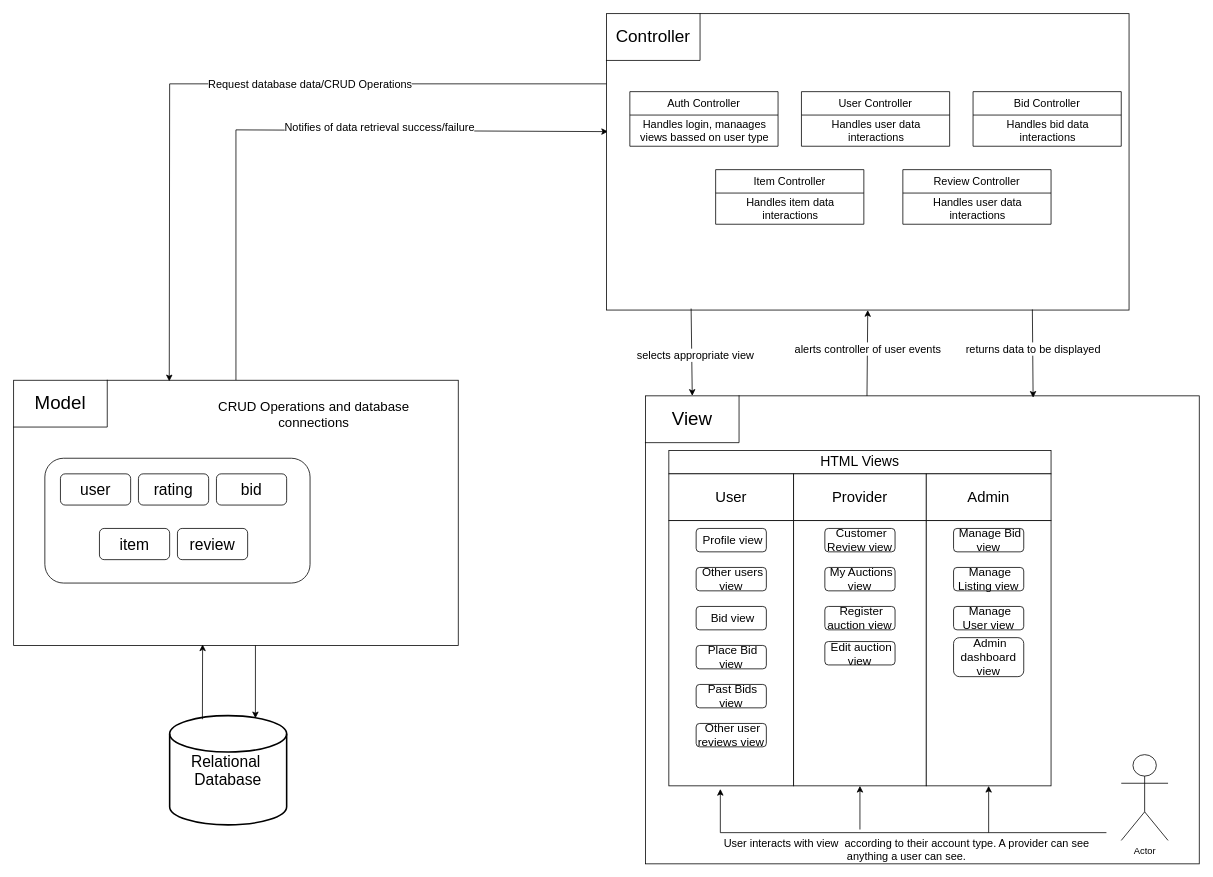
Above: Design Document/PNGs and DRAWIO files/Software Architecture - MVC.drawio in Jasiara/Spartan-Auction (draw.io), before the change. Source tidied: cells renumbered, new cells numbered last; positions are measured from the earlier drawing's top-left corner, leaving out a move shared by most shapes. Both pictures are drawn from the tidied source at 78%, with x=0, y=0 at pixel (13, 13).
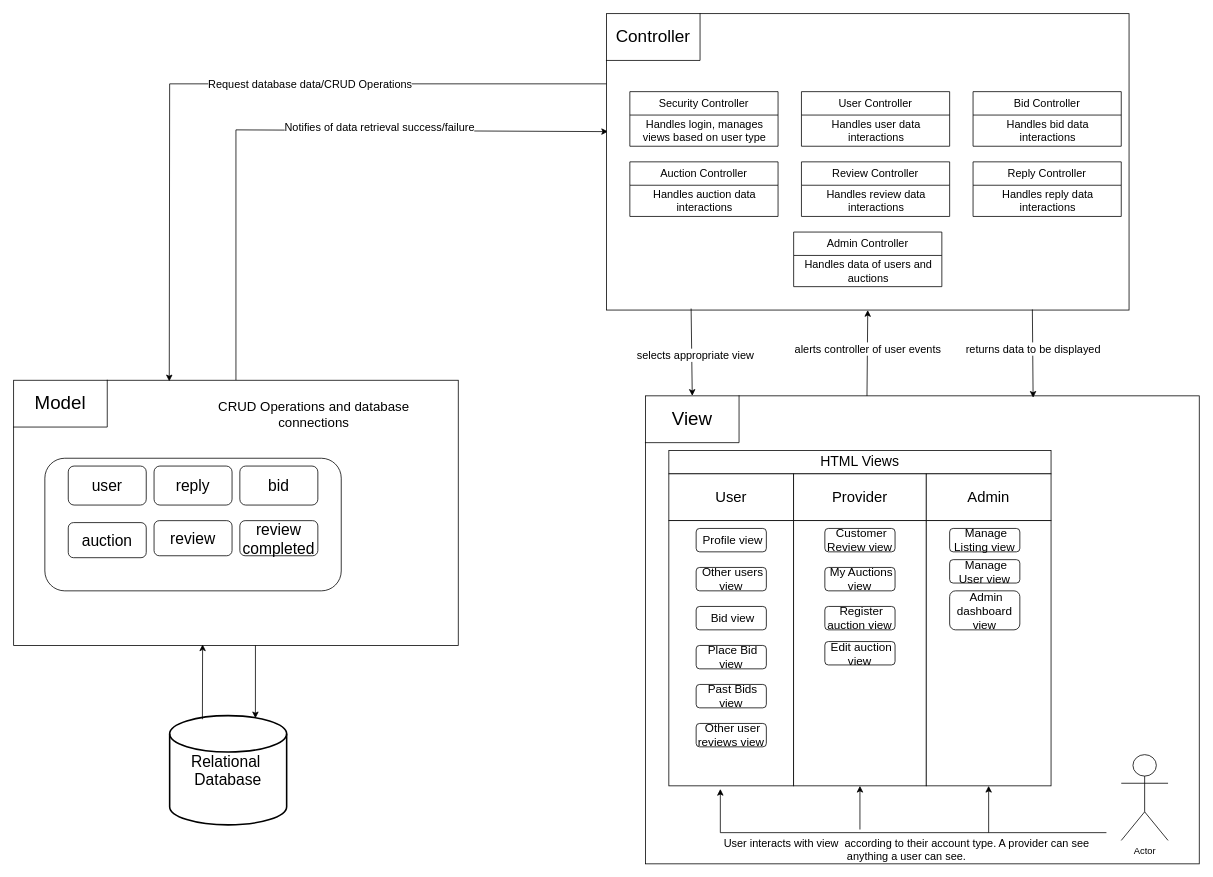
After the change.

The edit, as a diff of the source:
```diff
@@
     <mxCell id="17" style="rounded=1;whiteSpace=wrap;html=1;" parent="1" vertex="1">
-      <mxGeometry x="40" y="570" width="340" height="160" as="geometry" />
+      <mxGeometry x="40" y="570" width="380" height="170" as="geometry" />
     </mxCell>
@@
-    <mxCell id="42" value="&lt;font style=&quot;font-size: 15px;&quot;&gt;&amp;nbsp;Manage Bid view&lt;/font&gt;" style="rounded=1;whiteSpace=wrap;html=1;" parent="1" vertex="1">
-      <mxGeometry x="1205" y="660" width="90" height="30" as="geometry" />
-    </mxCell>
     <mxCell id="43" value="&lt;font style=&quot;font-size: 15px;&quot;&gt;&amp;nbsp;Manage Listing view&lt;/font&gt;" style="rounded=1;whiteSpace=wrap;html=1;" parent="1" vertex="1">
-      <mxGeometry x="1205" y="710" width="90" height="30" as="geometry" />
+      <mxGeometry x="1200" y="660" width="90" height="30" as="geometry" />
     </mxCell>
     <mxCell id="44" value="&lt;font style=&quot;font-size: 15px;&quot;&gt;&amp;nbsp;Manage User view&lt;/font&gt;" style="rounded=1;whiteSpace=wrap;html=1;" parent="1" vertex="1">
-      <mxGeometry x="1205" y="760" width="90" height="30" as="geometry" />
+      <mxGeometry x="1200" y="700" width="90" height="30" as="geometry" />
     </mxCell>
     <mxCell id="45" value="&lt;font style=&quot;font-size: 15px;&quot;&gt;&amp;nbsp;Admin dashboard view&lt;/font&gt;" style="rounded=1;whiteSpace=wrap;html=1;" parent="1" vertex="1">
-      <mxGeometry x="1205" y="800" width="90" height="50" as="geometry" />
+      <mxGeometry x="1200" y="740" width="90" height="50" as="geometry" />
     </mxCell>
     <mxCell id="46" value="&lt;font style=&quot;font-size: 20px;&quot;&gt;user&lt;/font&gt;" style="rounded=1;whiteSpace=wrap;html=1;" parent="1" vertex="1">
-      <mxGeometry x="60" y="590" width="90" height="40" as="geometry" />
+      <mxGeometry x="70" y="580" width="100" height="50" as="geometry" />
     </mxCell>
-    <mxCell id="47" value="&lt;font style=&quot;font-size: 20px;&quot;&gt;rating&lt;/font&gt;" style="rounded=1;whiteSpace=wrap;html=1;" parent="1" vertex="1">
-      <mxGeometry x="160" y="590" width="90" height="40" as="geometry" />
+    <mxCell id="47" value="&lt;div&gt;&lt;font style=&quot;font-size: 20px;&quot;&gt;reply&lt;/font&gt;&lt;/div&gt;" style="rounded=1;whiteSpace=wrap;html=1;" parent="1" vertex="1">
+      <mxGeometry x="180" y="580" width="100" height="50" as="geometry" />
     </mxCell>
     <mxCell id="48" value="&lt;font style=&quot;font-size: 20px;&quot;&gt;bid&lt;/font&gt;" style="rounded=1;whiteSpace=wrap;html=1;" parent="1" vertex="1">
-      <mxGeometry x="260" y="590" width="90" height="40" as="geometry" />
+      <mxGeometry x="290" y="580" width="100" height="50" as="geometry" />
     </mxCell>
-    <mxCell id="49" value="&lt;font style=&quot;font-size: 20px;&quot;&gt;item&lt;/font&gt;" style="rounded=1;whiteSpace=wrap;html=1;" parent="1" vertex="1">
-      <mxGeometry x="110" y="660" width="90" height="40" as="geometry" />
+    <mxCell id="49" value="&lt;font style=&quot;font-size: 20px;&quot;&gt;auction&lt;/font&gt;" style="rounded=1;whiteSpace=wrap;html=1;" parent="1" vertex="1">
+      <mxGeometry x="70" y="652.5" width="100" height="45" as="geometry" />
     </mxCell>
     <mxCell id="50" value="&lt;font style=&quot;font-size: 20px;&quot;&gt;review&lt;/font&gt;" style="rounded=1;whiteSpace=wrap;html=1;" parent="1" vertex="1">
-      <mxGeometry x="210" y="660" width="90" height="40" as="geometry" />
+      <mxGeometry x="180" y="650" width="100" height="45" as="geometry" />
     </mxCell>
@@
-    <mxCell id="52" value="Auth Controller" style="swimlane;fontStyle=0;horizontal=1;startSize=30;whiteSpace=wrap;html=1;fontSize=14;" parent="1" vertex="1">
+    <mxCell id="52" value="Security Controller" style="swimlane;fontStyle=0;horizontal=1;startSize=30;whiteSpace=wrap;html=1;fontSize=14;" parent="1" vertex="1">
       <mxGeometry x="790" y="100" width="190" height="70" as="geometry" />
     </mxCell>
-    <mxCell id="53" value="&lt;div style=&quot;font-size: 14px;&quot; align=&quot;center&quot;&gt;Handles login, manaages views bassed on user type&lt;br style=&quot;font-size: 14px;&quot;&gt;&lt;/div&gt;" style="text;strokeColor=none;fillColor=none;align=left;verticalAlign=middle;spacingLeft=4;spacingRight=4;overflow=hidden;whiteSpace=wrap;html=1;fontSize=14;" parent="52" vertex="1">
+    <mxCell id="53" value="&lt;div style=&quot;font-size: 14px;&quot; align=&quot;center&quot;&gt;Handles login, manages views based on user type&lt;br style=&quot;font-size: 14px;&quot;&gt;&lt;/div&gt;" style="text;strokeColor=none;fillColor=none;align=left;verticalAlign=middle;spacingLeft=4;spacingRight=4;overflow=hidden;whiteSpace=wrap;html=1;fontSize=14;" parent="52" vertex="1">
       <mxGeometry y="30" width="190" height="40" as="geometry" />
     </mxCell>
@@
-    <mxCell id="56" value="Item Controller" style="swimlane;fontStyle=0;horizontal=1;startSize=30;whiteSpace=wrap;html=1;fontSize=14;" parent="1" vertex="1">
-      <mxGeometry x="900" y="200" width="190" height="70" as="geometry" />
+    <mxCell id="56" value="&lt;div&gt;Auction Controller&lt;/div&gt;" style="swimlane;fontStyle=0;horizontal=1;startSize=30;whiteSpace=wrap;html=1;fontSize=14;" parent="1" vertex="1">
+      <mxGeometry x="790" y="190" width="190" height="70" as="geometry" />
     </mxCell>
-    <mxCell id="57" value="&lt;div style=&quot;font-size: 14px;&quot; align=&quot;center&quot;&gt;Handles item data interactions&lt;br style=&quot;font-size: 14px;&quot;&gt;&lt;/div&gt;" style="text;strokeColor=none;fillColor=none;align=left;verticalAlign=middle;spacingLeft=4;spacingRight=4;overflow=hidden;whiteSpace=wrap;html=1;fontSize=14;" parent="56" vertex="1">
+    <mxCell id="57" value="&lt;div style=&quot;font-size: 14px;&quot; align=&quot;center&quot;&gt;Handles auction data interactions&lt;br style=&quot;font-size: 14px;&quot;&gt;&lt;/div&gt;" style="text;strokeColor=none;fillColor=none;align=left;verticalAlign=middle;spacingLeft=4;spacingRight=4;overflow=hidden;whiteSpace=wrap;html=1;fontSize=14;" parent="56" vertex="1">
       <mxGeometry y="30" width="190" height="40" as="geometry" />
     </mxCell>
@@
     <mxCell id="60" value="Review Controller" style="swimlane;fontStyle=0;horizontal=1;startSize=30;whiteSpace=wrap;html=1;fontSize=14;" parent="1" vertex="1">
-      <mxGeometry x="1140" y="200" width="190" height="70" as="geometry" />
+      <mxGeometry x="1010" y="190" width="190" height="70" as="geometry" />
     </mxCell>
-    <mxCell id="61" value="&lt;div style=&quot;font-size: 14px;&quot; align=&quot;center&quot;&gt;Handles user data interactions&lt;br style=&quot;font-size: 14px;&quot;&gt;&lt;/div&gt;" style="text;strokeColor=none;fillColor=none;align=left;verticalAlign=middle;spacingLeft=4;spacingRight=4;overflow=hidden;whiteSpace=wrap;html=1;fontSize=14;" parent="60" vertex="1">
+    <mxCell id="61" value="&lt;div style=&quot;font-size: 14px;&quot; align=&quot;center&quot;&gt;Handles review data interactions&lt;br style=&quot;font-size: 14px;&quot;&gt;&lt;/div&gt;" style="text;strokeColor=none;fillColor=none;align=left;verticalAlign=middle;spacingLeft=4;spacingRight=4;overflow=hidden;whiteSpace=wrap;html=1;fontSize=14;" parent="60" vertex="1">
       <mxGeometry y="30" width="190" height="40" as="geometry" />
     </mxCell>
@@
+    <mxCell id="67" value="Reply Controller" style="swimlane;fontStyle=0;horizontal=1;startSize=30;whiteSpace=wrap;html=1;fontSize=14;" parent="1" vertex="1">
+      <mxGeometry x="1230" y="190" width="190" height="70" as="geometry" />
+    </mxCell>
+    <mxCell id="68" value="&lt;div style=&quot;font-size: 14px;&quot; align=&quot;center&quot;&gt;Handles reply data interactions&lt;br style=&quot;font-size: 14px;&quot;&gt;&lt;/div&gt;" style="text;strokeColor=none;fillColor=none;align=left;verticalAlign=middle;spacingLeft=4;spacingRight=4;overflow=hidden;whiteSpace=wrap;html=1;fontSize=14;" parent="67" vertex="1">
+      <mxGeometry y="30" width="190" height="40" as="geometry" />
+    </mxCell>
+    <mxCell id="69" value="&lt;font style=&quot;font-size: 20px;&quot;&gt;review completed&lt;br&gt;&lt;/font&gt;" style="rounded=1;whiteSpace=wrap;html=1;" parent="1" vertex="1">
+      <mxGeometry x="290" y="650" width="100" height="45" as="geometry" />
+    </mxCell>
+    <mxCell id="70" value="Admin Controller" style="swimlane;fontStyle=0;horizontal=1;startSize=30;whiteSpace=wrap;html=1;fontSize=14;" parent="1" vertex="1">
+      <mxGeometry x="1000" y="280" width="190" height="70" as="geometry" />
+    </mxCell>
+    <mxCell id="71" value="&lt;div style=&quot;font-size: 14px;&quot; align=&quot;center&quot;&gt;Handles data of users and auctions&lt;br style=&quot;font-size: 14px;&quot;&gt;&lt;/div&gt;" style="text;strokeColor=none;fillColor=none;align=left;verticalAlign=middle;spacingLeft=4;spacingRight=4;overflow=hidden;whiteSpace=wrap;html=1;fontSize=14;" parent="70" vertex="1">
+      <mxGeometry y="30" width="190" height="40" as="geometry" />
+    </mxCell>
```
